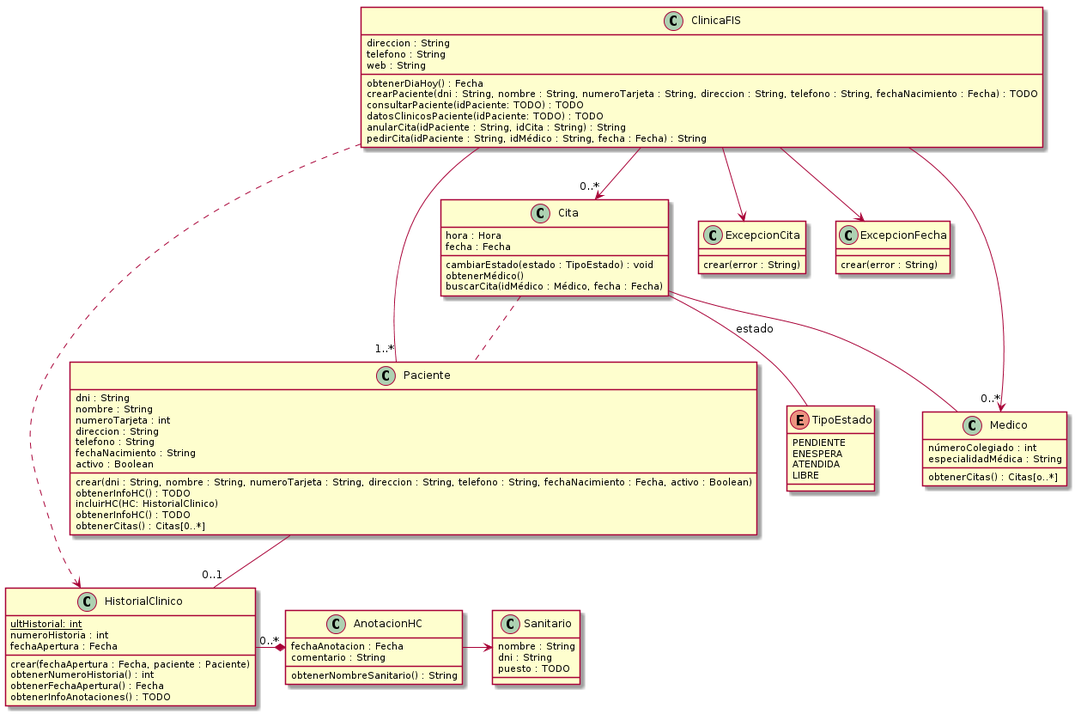
Earlier version of the PlantUML export p4/Diagramas/diagramaClases.png (jmml97/fis-practicas).
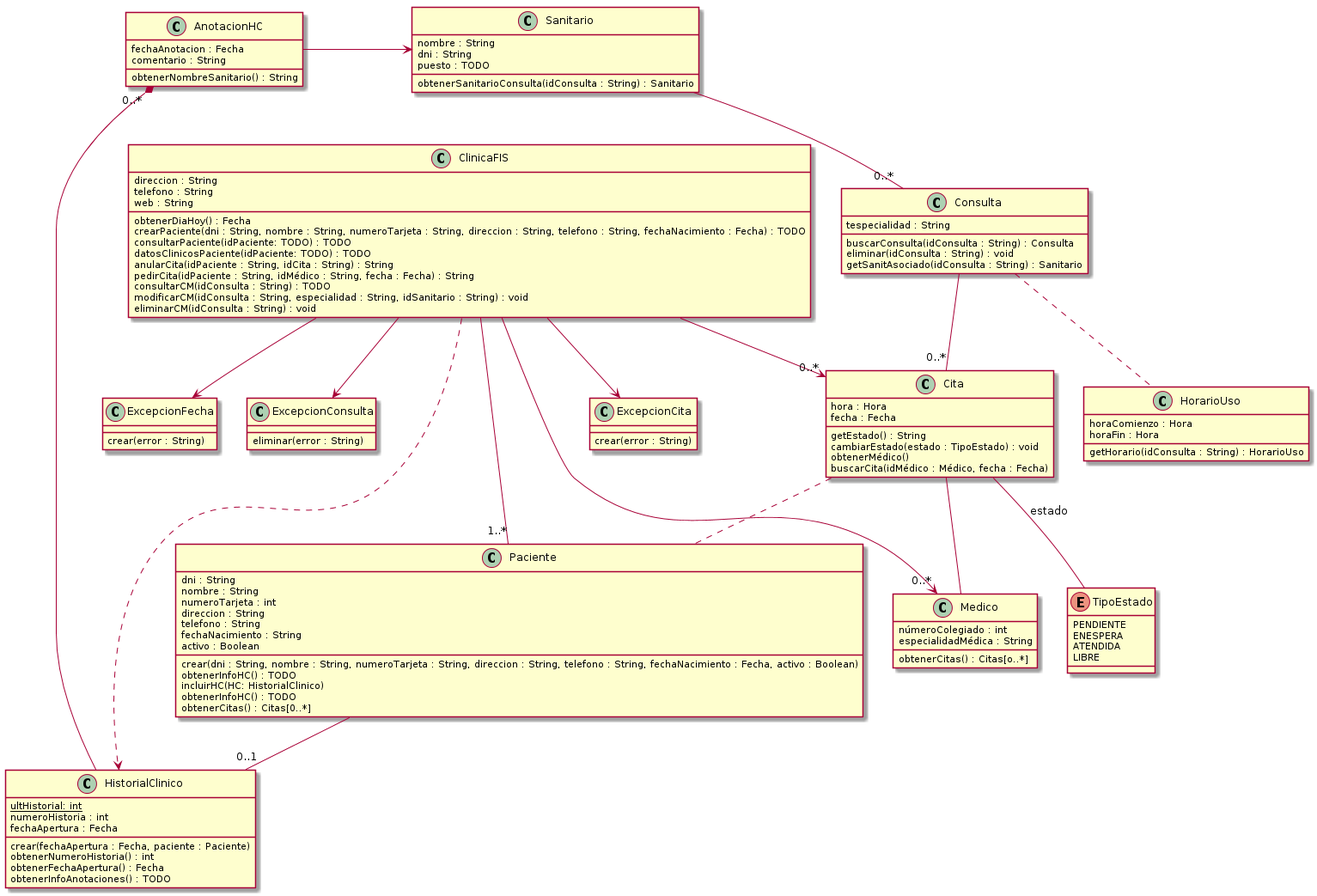
The same diagram one commit later.

Commit message:
Terminados mis diagramas y añadida información al diagrama de clases.

Diff of the diagram source:
```diff
@@ -11,6 +11,9 @@
  datosClinicosPaciente(idPaciente: TODO) : TODO
  anularCita(idPaciente : String, idCita : String) : String
  pedirCita(idPaciente : String, idMédico : String, fecha : Fecha) : String
+ consultarCM(idConsulta : String) : TODO
+ modificarCM(idConsulta : String, especialidad : String, idSanitario : String) : void
+ eliminarCM(idConsulta : String) : void
 }
 
 class Paciente {
@@ -52,15 +55,33 @@
  dni : String
  puesto : TODO
 
+ obtenerSanitarioConsulta(idConsulta : String) : Sanitario
+}
+
+class Consulta {
+ tespecialidad : String
+
+ buscarConsulta(idConsulta : String) : Consulta
+ eliminar(idConsulta : String) : void
+ getSanitAsociado(idConsulta : String) : Sanitario
+}
+
+class HorarioUso{
+ horaComienzo : Hora
+ horaFin : Hora
+
+ getHorario(idConsulta : String) : HorarioUso
 }
 
 class Cita {
  hora : Hora
  fecha : Fecha
 
+ getEstado() : String
  cambiarEstado(estado : TipoEstado) : void
  obtenerMédico()
  buscarCita(idMédico : Médico, fecha : Fecha)
+
 }
 
 enum TipoEstado {
@@ -76,6 +97,10 @@
 
 class ExcepcionFecha {
  crear(error : String)
+}
+
+class ExcepcionConsulta {
+ eliminar(error : String)
 }
 
 class Medico {
@@ -97,4 +122,9 @@
 ClinicaFIS --> "0..*" Medico
 ClinicaFIS --> ExcepcionFecha
 Cita -- Medico
+ClinicaFIS --> ExcepcionConsulta
+Sanitario -- "0..*" Consulta
+Consulta -- "0..*" Cita
+Consulta .. HorarioUso
+
 @enduml
```
